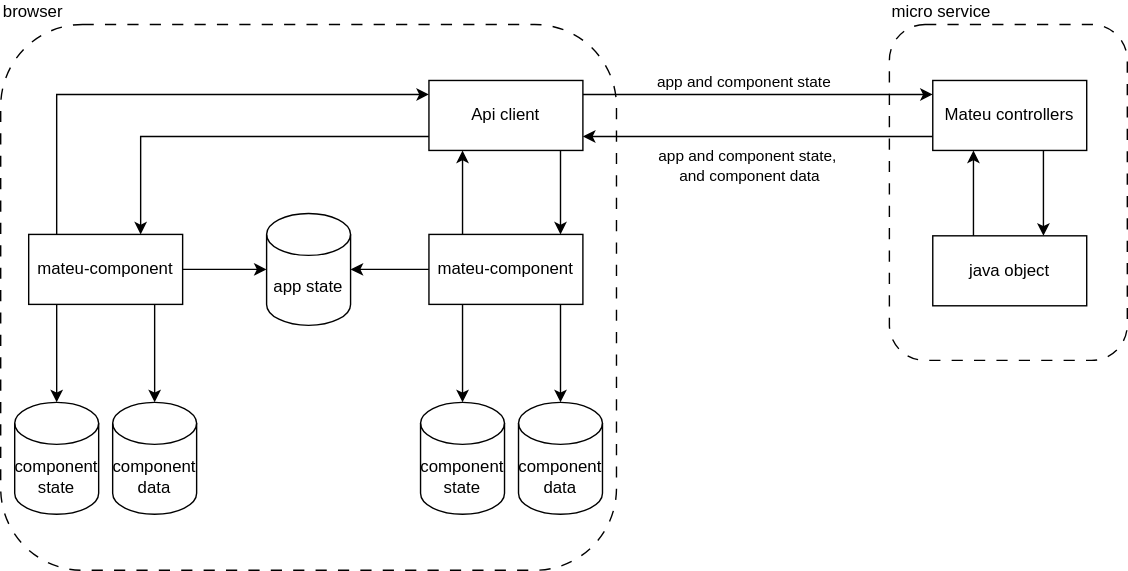
Before: doc/static/images/arch-overall-9.svg, a diagram exported from draw.io (miguelperezcolom/mateu). Source tidied: cells renumbered, new cells last; positions are measured from the earlier drawing's top-left corner, leaving out a move shared by most shapes.
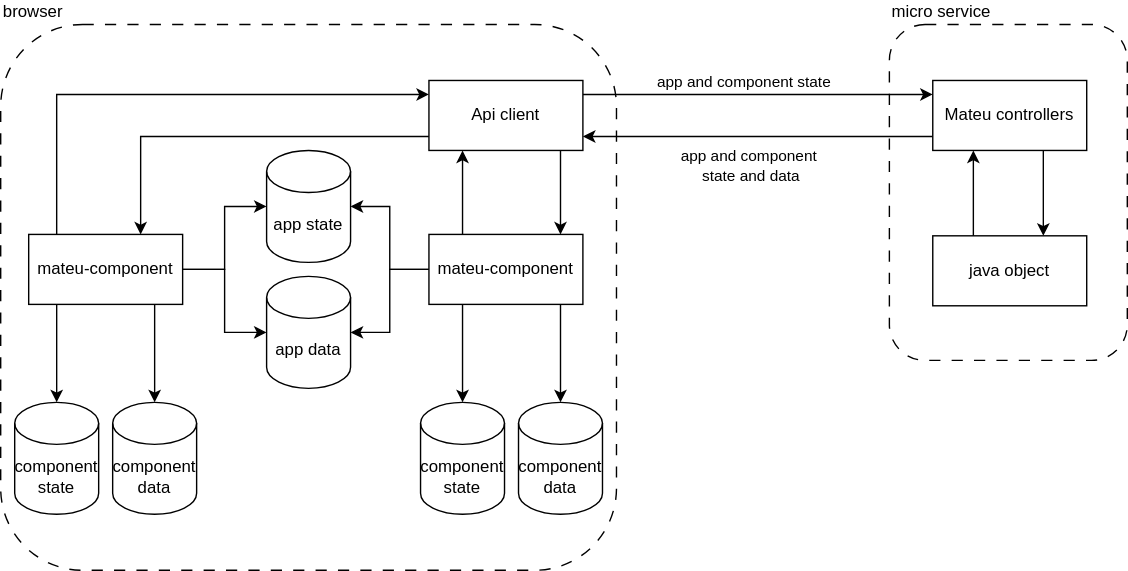
The same diagram one commit later.

The edit, as a diff of the source:
```diff
@@ -8,7 +8,7 @@
     <mxCell id="3" value="micro service" style="rounded=1;whiteSpace=wrap;html=1;labelPosition=center;verticalLabelPosition=top;align=left;verticalAlign=bottom;fillColor=none;dashed=1;dashPattern=8 8;" parent="1" vertex="1">
       <mxGeometry x="635" width="170" height="240" as="geometry" />
     </mxCell>
-    <mxCell id="4" style="edgeStyle=orthogonalEdgeStyle;rounded=0;jettySize=auto;html=1;" parent="1" edge="1" source="9" target="15">
+    <mxCell id="4" style="edgeStyle=orthogonalEdgeStyle;rounded=0;jettySize=auto;html=1;" parent="1" edge="1" source="10" target="16">
       <mxGeometry relative="1" as="geometry">
         <Array as="points">
           <mxPoint x="330" y="120" />
@@ -16,7 +16,7 @@
         </Array>
       </mxGeometry>
     </mxCell>
-    <mxCell id="5" style="edgeStyle=orthogonalEdgeStyle;rounded=0;jettySize=auto;html=1;endArrow=none;startFill=1;startArrow=classic;" parent="1" edge="1" source="9" target="15">
+    <mxCell id="5" style="edgeStyle=orthogonalEdgeStyle;rounded=0;jettySize=auto;html=1;endArrow=none;startFill=1;startArrow=classic;" parent="1" edge="1" source="10" target="16">
       <mxGeometry relative="1" as="geometry">
         <Array as="points">
           <mxPoint x="400" y="120" />
@@ -24,10 +24,10 @@
         </Array>
       </mxGeometry>
     </mxCell>
-    <mxCell id="6" style="edgeStyle=orthogonalEdgeStyle;rounded=0;jettySize=auto;html=1;" parent="1" edge="1" source="9" target="20">
+    <mxCell id="6" style="edgeStyle=orthogonalEdgeStyle;rounded=0;jettySize=auto;html=1;" parent="1" edge="1" source="10" target="21">
       <mxGeometry relative="1" as="geometry" />
     </mxCell>
-    <mxCell id="7" style="edgeStyle=orthogonalEdgeStyle;rounded=0;jettySize=auto;html=1;" parent="1" edge="1" source="9" target="21">
+    <mxCell id="7" style="edgeStyle=orthogonalEdgeStyle;rounded=0;jettySize=auto;html=1;" parent="1" edge="1" source="10" target="22">
       <mxGeometry relative="1" as="geometry">
         <Array as="points">
           <mxPoint x="330" y="220" />
@@ -35,7 +35,7 @@
         </Array>
       </mxGeometry>
     </mxCell>
-    <mxCell id="8" style="edgeStyle=orthogonalEdgeStyle;rounded=0;jettySize=auto;html=1;" parent="1" edge="1" source="9" target="22">
+    <mxCell id="8" style="edgeStyle=orthogonalEdgeStyle;rounded=0;jettySize=auto;html=1;" parent="1" edge="1" source="10" target="23">
       <mxGeometry relative="1" as="geometry">
         <Array as="points">
           <mxPoint x="400" y="220" />
@@ -43,110 +43,119 @@
         </Array>
       </mxGeometry>
     </mxCell>
-    <mxCell id="9" value="mateu-component" style="html=1;whiteSpace=wrap;" parent="1" vertex="1">
-      <mxGeometry x="306" y="150" width="110" height="50" as="geometry" />
+    <mxCell id="9" style="edgeStyle=orthogonalEdgeStyle;rounded=0;jettySize=auto;html=1;" parent="1" edge="1" source="10" target="32">
+      <mxGeometry relative="1" as="geometry" />
     </mxCell>
-    <mxCell id="10" style="edgeStyle=orthogonalEdgeStyle;rounded=0;jettySize=auto;html=1;endArrow=none;startFill=1;startArrow=classic;" parent="1" edge="1" source="11" target="19">
-      <mxGeometry relative="1" as="geometry">
-        <Array as="points">
-          <mxPoint x="745" y="130" />
-          <mxPoint x="745" y="130" />
-        </Array>
-      </mxGeometry>
+    <mxCell id="10" value="mateu-component" style="html=1;whiteSpace=wrap;" parent="1" vertex="1">
+      <mxGeometry x="306" y="150" width="110" height="50" as="geometry" />
     </mxCell>
-    <mxCell id="11" value="java object" style="html=1;whiteSpace=wrap;" parent="1" vertex="1">
-      <mxGeometry x="666" y="151" width="110" height="50" as="geometry" />
+    <mxCell id="11" style="edgeStyle=orthogonalEdgeStyle;rounded=0;jettySize=auto;html=1;endArrow=none;startFill=1;startArrow=classic;" parent="1" edge="1" source="12" target="20">
+      <mxGeometry relative="1" as="geometry">
+        <Array as="points">
+          <mxPoint x="745" y="130" />
+          <mxPoint x="745" y="130" />
+        </Array>
+      </mxGeometry>
     </mxCell>
-    <mxCell id="12" style="edgeStyle=orthogonalEdgeStyle;rounded=0;jettySize=auto;html=1;" parent="1" edge="1" source="15" target="19">
-      <mxGeometry relative="1" as="geometry">
-        <Array as="points">
-          <mxPoint x="635" y="50" />
-          <mxPoint x="635" y="50" />
-        </Array>
-      </mxGeometry>
+    <mxCell id="12" value="java object" style="html=1;whiteSpace=wrap;" parent="1" vertex="1">
+      <mxGeometry x="666" y="151" width="110" height="50" as="geometry" />
     </mxCell>
-    <mxCell id="13" value="app and component state" style="edgeLabel;html=1;align=center;verticalAlign=middle;" parent="12" vertex="1">
-      <mxGeometry x="-0.14" y="2" relative="1" as="geometry">
-        <mxPoint x="6" y="-8" as="offset" />
+    <mxCell id="13" style="edgeStyle=orthogonalEdgeStyle;rounded=0;jettySize=auto;html=1;" parent="1" edge="1" source="16" target="20">
+      <mxGeometry relative="1" as="geometry">
+        <Array as="points">
+          <mxPoint x="635" y="50" />
+          <mxPoint x="635" y="50" />
+        </Array>
       </mxGeometry>
     </mxCell>
-    <mxCell id="14" style="edgeStyle=orthogonalEdgeStyle;rounded=0;jettySize=auto;html=1;" parent="1" edge="1" source="15" target="27">
-      <mxGeometry relative="1" as="geometry">
-        <Array as="points">
-          <mxPoint x="100" y="80" />
-        </Array>
+    <mxCell id="14" value="app and component state" style="edgeLabel;html=1;align=center;verticalAlign=middle;" parent="13" vertex="1">
+      <mxGeometry x="-0.14" y="2" relative="1" as="geometry">
+        <mxPoint x="6" y="-8" as="offset" />
       </mxGeometry>
     </mxCell>
-    <mxCell id="15" value="Api client" style="html=1;whiteSpace=wrap;" parent="1" vertex="1">
-      <mxGeometry x="306" y="40" width="110" height="50" as="geometry" />
+    <mxCell id="15" style="edgeStyle=orthogonalEdgeStyle;rounded=0;jettySize=auto;html=1;" parent="1" edge="1" source="16" target="29">
+      <mxGeometry relative="1" as="geometry">
+        <Array as="points">
+          <mxPoint x="100" y="80" />
+        </Array>
+      </mxGeometry>
     </mxCell>
-    <mxCell id="16" style="edgeStyle=orthogonalEdgeStyle;rounded=0;jettySize=auto;html=1;startArrow=classic;startFill=1;endArrow=none;" parent="1" edge="1" source="19" target="11">
-      <mxGeometry relative="1" as="geometry">
-        <Array as="points">
-          <mxPoint x="695" y="120" />
-          <mxPoint x="695" y="120" />
-        </Array>
-      </mxGeometry>
+    <mxCell id="16" value="Api client" style="html=1;whiteSpace=wrap;" parent="1" vertex="1">
+      <mxGeometry x="306" y="40" width="110" height="50" as="geometry" />
     </mxCell>
-    <mxCell id="17" style="edgeStyle=orthogonalEdgeStyle;rounded=0;jettySize=auto;html=1;" parent="1" edge="1" source="19" target="15">
+    <mxCell id="17" style="edgeStyle=orthogonalEdgeStyle;rounded=0;jettySize=auto;html=1;startArrow=classic;startFill=1;endArrow=none;" parent="1" edge="1" source="20" target="12">
       <mxGeometry relative="1" as="geometry">
         <Array as="points">
-          <mxPoint x="635" y="80" />
-          <mxPoint x="635" y="80" />
+          <mxPoint x="695" y="120" />
+          <mxPoint x="695" y="120" />
         </Array>
       </mxGeometry>
     </mxCell>
-    <mxCell id="18" value="app and component state,&amp;nbsp;&lt;div&gt;and component data&lt;/div&gt;" style="edgeLabel;html=1;align=center;verticalAlign=middle;" parent="17" vertex="1">
-      <mxGeometry x="0.17" y="-1" relative="1" as="geometry">
-        <mxPoint x="15" y="21" as="offset" />
+    <mxCell id="18" style="edgeStyle=orthogonalEdgeStyle;rounded=0;jettySize=auto;html=1;" parent="1" edge="1" source="20" target="16">
+      <mxGeometry relative="1" as="geometry">
+        <Array as="points">
+          <mxPoint x="635" y="80" />
+          <mxPoint x="635" y="80" />
+        </Array>
       </mxGeometry>
     </mxCell>
-    <mxCell id="19" value="Mateu controllers" style="html=1;whiteSpace=wrap;" parent="1" vertex="1">
-      <mxGeometry x="666" y="40" width="110" height="50" as="geometry" />
+    <mxCell id="19" value="app and component&amp;nbsp;&lt;div&gt;state and data&lt;br&gt;&lt;/div&gt;" style="edgeLabel;html=1;align=center;verticalAlign=middle;points=[];" parent="18" vertex="1">
+      <mxGeometry x="0.17" y="-1" relative="1" as="geometry">
+        <mxPoint x="15" y="21" as="offset" />
+      </mxGeometry>
     </mxCell>
-    <mxCell id="20" value="app state" style="shape=cylinder3;whiteSpace=wrap;html=1;boundedLbl=1;backgroundOutline=1;size=15;" parent="1" vertex="1">
-      <mxGeometry x="190" y="135" width="60" height="80" as="geometry" />
+    <mxCell id="20" value="Mateu controllers" style="html=1;whiteSpace=wrap;" parent="1" vertex="1">
+      <mxGeometry x="666" y="40" width="110" height="50" as="geometry" />
     </mxCell>
-    <mxCell id="21" value="component state" style="shape=cylinder3;whiteSpace=wrap;html=1;boundedLbl=1;backgroundOutline=1;size=15;" parent="1" vertex="1">
-      <mxGeometry x="300" y="270" width="60" height="80" as="geometry" />
+    <mxCell id="21" value="app state" style="shape=cylinder3;whiteSpace=wrap;html=1;boundedLbl=1;backgroundOutline=1;size=15;" parent="1" vertex="1">
+      <mxGeometry x="190" y="90" width="60" height="80" as="geometry" />
     </mxCell>
-    <mxCell id="22" value="component data" style="shape=cylinder3;whiteSpace=wrap;html=1;boundedLbl=1;backgroundOutline=1;size=15;" parent="1" vertex="1">
-      <mxGeometry x="370" y="270" width="60" height="80" as="geometry" />
+    <mxCell id="22" value="component state" style="shape=cylinder3;whiteSpace=wrap;html=1;boundedLbl=1;backgroundOutline=1;size=15;" parent="1" vertex="1">
+      <mxGeometry x="300" y="270" width="60" height="80" as="geometry" />
     </mxCell>
-    <mxCell id="23" style="edgeStyle=orthogonalEdgeStyle;rounded=0;jettySize=auto;html=1;" parent="1" edge="1" source="27" target="20">
-      <mxGeometry relative="1" as="geometry" />
+    <mxCell id="23" value="component data" style="shape=cylinder3;whiteSpace=wrap;html=1;boundedLbl=1;backgroundOutline=1;size=15;" parent="1" vertex="1">
+      <mxGeometry x="370" y="270" width="60" height="80" as="geometry" />
     </mxCell>
-    <mxCell id="24" style="edgeStyle=orthogonalEdgeStyle;rounded=0;jettySize=auto;html=1;" parent="1" edge="1" source="27" target="15">
-      <mxGeometry relative="1" as="geometry">
-        <Array as="points">
-          <mxPoint x="40" y="50" />
-        </Array>
-      </mxGeometry>
+    <mxCell id="24" style="edgeStyle=orthogonalEdgeStyle;rounded=0;jettySize=auto;html=1;" parent="1" edge="1" source="29" target="21">
+      <mxGeometry relative="1" as="geometry" />
     </mxCell>
-    <mxCell id="25" style="edgeStyle=orthogonalEdgeStyle;rounded=0;jettySize=auto;html=1;" parent="1" edge="1" source="27" target="28">
+    <mxCell id="25" style="edgeStyle=orthogonalEdgeStyle;rounded=0;jettySize=auto;html=1;" parent="1" edge="1" source="29" target="16">
       <mxGeometry relative="1" as="geometry">
         <Array as="points">
-          <mxPoint x="40" y="220" />
-          <mxPoint x="40" y="220" />
+          <mxPoint x="40" y="50" />
         </Array>
       </mxGeometry>
     </mxCell>
-    <mxCell id="26" style="edgeStyle=orthogonalEdgeStyle;rounded=0;jettySize=auto;html=1;" parent="1" edge="1" source="27" target="29">
+    <mxCell id="26" style="edgeStyle=orthogonalEdgeStyle;rounded=0;jettySize=auto;html=1;" parent="1" edge="1" source="29" target="30">
       <mxGeometry relative="1" as="geometry">
         <Array as="points">
-          <mxPoint x="110" y="220" />
-          <mxPoint x="110" y="220" />
+          <mxPoint x="40" y="220" />
+          <mxPoint x="40" y="220" />
         </Array>
       </mxGeometry>
     </mxCell>
-    <mxCell id="27" value="mateu-component" style="html=1;whiteSpace=wrap;" parent="1" vertex="1">
-      <mxGeometry x="20" y="150" width="110" height="50" as="geometry" />
+    <mxCell id="27" style="edgeStyle=orthogonalEdgeStyle;rounded=0;jettySize=auto;html=1;" parent="1" edge="1" source="29" target="31">
+      <mxGeometry relative="1" as="geometry">
+        <Array as="points">
+          <mxPoint x="110" y="220" />
+          <mxPoint x="110" y="220" />
+        </Array>
+      </mxGeometry>
     </mxCell>
-    <mxCell id="28" value="component state" style="shape=cylinder3;whiteSpace=wrap;html=1;boundedLbl=1;backgroundOutline=1;size=15;" parent="1" vertex="1">
-      <mxGeometry x="10" y="270" width="60" height="80" as="geometry" />
+    <mxCell id="28" style="edgeStyle=orthogonalEdgeStyle;rounded=0;jettySize=auto;html=1;" parent="1" edge="1" source="29" target="32">
+      <mxGeometry relative="1" as="geometry" />
     </mxCell>
-    <mxCell id="29" value="component data" style="shape=cylinder3;whiteSpace=wrap;html=1;boundedLbl=1;backgroundOutline=1;size=15;" parent="1" vertex="1">
-      <mxGeometry x="80" y="270" width="60" height="80" as="geometry" />
+    <mxCell id="29" value="mateu-component" style="html=1;whiteSpace=wrap;" parent="1" vertex="1">
+      <mxGeometry x="20" y="150" width="110" height="50" as="geometry" />
     </mxCell>
+    <mxCell id="30" value="component state" style="shape=cylinder3;whiteSpace=wrap;html=1;boundedLbl=1;backgroundOutline=1;size=15;" parent="1" vertex="1">
+      <mxGeometry x="10" y="270" width="60" height="80" as="geometry" />
+    </mxCell>
+    <mxCell id="31" value="component data" style="shape=cylinder3;whiteSpace=wrap;html=1;boundedLbl=1;backgroundOutline=1;size=15;" parent="1" vertex="1">
+      <mxGeometry x="80" y="270" width="60" height="80" as="geometry" />
+    </mxCell>
+    <mxCell id="32" value="app data" style="shape=cylinder3;whiteSpace=wrap;html=1;boundedLbl=1;backgroundOutline=1;size=15;" parent="1" vertex="1">
+      <mxGeometry x="190" y="180" width="60" height="80" as="geometry" />
+    </mxCell>
   </root>
 </mxGraphModel>
```
